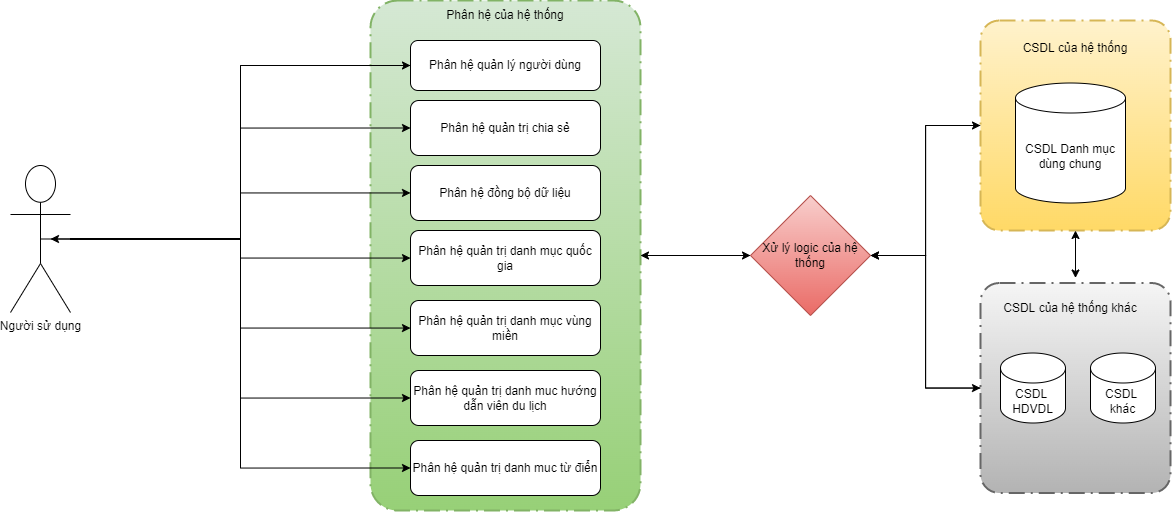
Above: tcdl-Page-6.drawio.png in letheanh12345/Draw-io (draw.io), before the change. Source tidied: cells renumbered, new cells last; positions are measured from the earlier drawing's top-left corner, leaving out a move shared by most shapes.
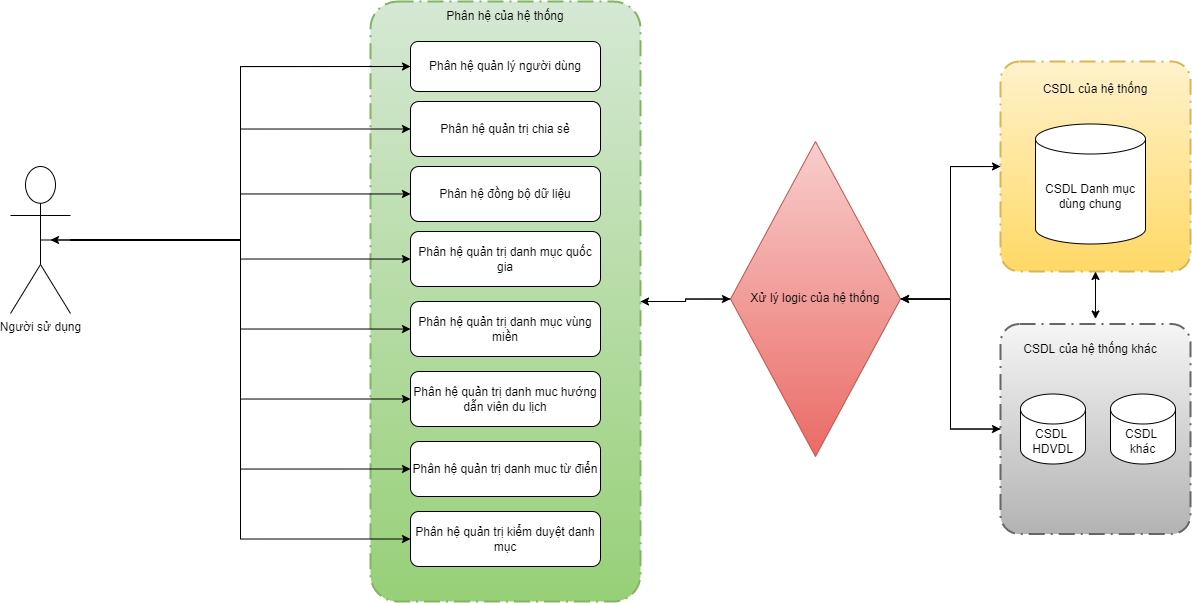
The same diagram one commit later.

The edit, as a diff of the source:
```diff
@@ -6,19 +6,19 @@
       <mxGeometry relative="1" as="geometry" />
     </mxCell>
     <mxCell id="3" style="points=[[0.25,0,0],[0.5,0,0],[0.75,0,0],[1,0.25,0],[1,0.5,0],[1,0.75,0],[0.75,1,0],[0.5,1,0],[0.25,1,0],[0,0.75,0],[0,0.5,0],[0,0.25,0]];rounded=1;arcSize=10;dashed=1;dashPattern=8 3 1 3;strokeWidth=2;fontStyle=1;fontSize=20;fillColor=#fff2cc;gradientColor=#ffd966;strokeColor=#d6b656;" parent="1" vertex="1">
-      <mxGeometry x="970" y="20" width="190" height="210" as="geometry" />
+      <mxGeometry x="990" y="60" width="190" height="210" as="geometry" />
     </mxCell>
     <mxCell id="4" value="CSDL của hệ thống" style="text;html=1;strokeColor=none;fillColor=none;align=center;verticalAlign=middle;whiteSpace=wrap;rounded=0;" parent="1" vertex="1">
-      <mxGeometry x="985" y="32.5" width="160" height="30" as="geometry" />
+      <mxGeometry x="1005" y="72.5" width="160" height="30" as="geometry" />
     </mxCell>
     <mxCell id="5" value="CSDL Danh mục dùng chung" style="shape=cylinder3;whiteSpace=wrap;html=1;boundedLbl=1;backgroundOutline=1;size=15;" parent="1" vertex="1">
-      <mxGeometry x="1005" y="82.5" width="110" height="120" as="geometry" />
+      <mxGeometry x="1025" y="122.5" width="110" height="120" as="geometry" />
     </mxCell>
     <mxCell id="6" style="edgeStyle=orthogonalEdgeStyle;rounded=0;jettySize=auto;html=1;entryX=0;entryY=0.5;entryDx=0;entryDy=0;" parent="1" edge="1" source="7" target="26">
       <mxGeometry relative="1" as="geometry" />
     </mxCell>
     <mxCell id="7" style="points=[[0.25,0,0],[0.5,0,0],[0.75,0,0],[1,0.25,0],[1,0.5,0],[1,0.75,0],[0.75,1,0],[0.5,1,0],[0.25,1,0],[0,0.75,0],[0,0.5,0],[0,0.25,0]];rounded=1;arcSize=10;dashed=1;dashPattern=8 3 1 3;strokeWidth=2;fontStyle=1;fontSize=20;fillColor=#d5e8d4;gradientColor=#97d077;strokeColor=#82b366;" parent="1" vertex="1">
-      <mxGeometry x="360" width="270" height="510" as="geometry" />
+      <mxGeometry x="360" width="270" height="600" as="geometry" />
     </mxCell>
     <mxCell id="8" style="edgeStyle=orthogonalEdgeStyle;rounded=0;orthogonalLoop=1;jettySize=auto;html=1;entryX=0.5;entryY=0.5;entryDx=0;entryDy=0;entryPerimeter=0;" parent="1" edge="1">
       <mxGeometry relative="1" as="geometry">
@@ -58,20 +58,20 @@
       <mxGeometry relative="1" as="geometry" />
     </mxCell>
     <mxCell id="18" style="points=[[0.25,0,0],[0.5,0,0],[0.75,0,0],[1,0.25,0],[1,0.5,0],[1,0.75,0],[0.75,1,0],[0.5,1,0],[0.25,1,0],[0,0.75,0],[0,0.5,0],[0,0.25,0]];rounded=1;arcSize=10;dashed=1;dashPattern=8 3 1 3;strokeWidth=2;fontStyle=1;fontSize=20;fillColor=#f5f5f5;gradientColor=#b3b3b3;strokeColor=#666666;" parent="1" vertex="1">
-      <mxGeometry x="970" y="282.5" width="190" height="210" as="geometry" />
+      <mxGeometry x="990" y="322.5" width="190" height="210" as="geometry" />
     </mxCell>
     <mxCell id="19" value="CSDL của hệ thống khác" style="text;html=1;strokeColor=none;fillColor=none;align=center;verticalAlign=middle;whiteSpace=wrap;rounded=0;" parent="1" vertex="1">
-      <mxGeometry x="980" y="292.5" width="160" height="30" as="geometry" />
+      <mxGeometry x="1000" y="332.5" width="160" height="30" as="geometry" />
     </mxCell>
     <mxCell id="20" value="CSDL&amp;nbsp; HDVDL" style="shape=cylinder3;whiteSpace=wrap;html=1;boundedLbl=1;backgroundOutline=1;size=15;" parent="1" vertex="1">
-      <mxGeometry x="990" y="352.5" width="65" height="70" as="geometry" />
+      <mxGeometry x="1010" y="392.5" width="65" height="70" as="geometry" />
     </mxCell>
     <mxCell id="21" value="CSDL&amp;nbsp; khác" style="shape=cylinder3;whiteSpace=wrap;html=1;boundedLbl=1;backgroundOutline=1;size=15;" parent="1" vertex="1">
-      <mxGeometry x="1080" y="352.5" width="65" height="70" as="geometry" />
+      <mxGeometry x="1100" y="392.5" width="65" height="70" as="geometry" />
     </mxCell>
     <mxCell id="22" style="endArrow=classic;startArrow=classic;html=1;rounded=0;exitX=0.5;exitY=1;exitDx=0;exitDy=0;exitPerimeter=0;" parent="1" edge="1" source="3">
       <mxGeometry relative="1" as="geometry">
-        <mxPoint x="1065" y="277.5" as="targetPoint" />
+        <mxPoint x="1085" y="317.5" as="targetPoint" />
       </mxGeometry>
     </mxCell>
     <mxCell id="23" style="edgeStyle=orthogonalEdgeStyle;rounded=0;jettySize=auto;html=1;entryX=1;entryY=0.5;entryDx=0;entryDy=0;entryPerimeter=0;" parent="1" edge="1" source="26" target="7">
@@ -84,7 +84,7 @@
       <mxGeometry relative="1" as="geometry" />
     </mxCell>
     <mxCell id="26" value="Xử lý logic của hệ thống" style="rhombus;whiteSpace=wrap;html=1;fillColor=#f8cecc;gradientColor=#ea6b66;strokeColor=#b85450;" parent="1" vertex="1">
-      <mxGeometry x="740" y="195" width="120" height="120" as="geometry" />
+      <mxGeometry x="720" y="140" width="170" height="315" as="geometry" />
     </mxCell>
     <mxCell id="27" style="edgeStyle=orthogonalEdgeStyle;rounded=0;jettySize=auto;html=1;exitX=0.5;exitY=0.5;exitDx=0;exitDy=0;exitPerimeter=0;entryX=0;entryY=0.5;entryDx=0;entryDy=0;" parent="1" edge="1" source="34" target="9">
       <mxGeometry relative="1" as="geometry" />
@@ -107,8 +107,14 @@
     <mxCell id="33" style="edgeStyle=orthogonalEdgeStyle;rounded=0;jettySize=auto;html=1;entryX=0;entryY=0.5;entryDx=0;entryDy=0;" parent="1" edge="1" source="34" target="16">
       <mxGeometry relative="1" as="geometry" />
     </mxCell>
+    <mxCell id="35" style="edgeStyle=orthogonalEdgeStyle;rounded=0;jettySize=auto;html=1;entryX=0;entryY=0.5;entryDx=0;entryDy=0;" parent="1" edge="1" source="34" target="36">
+      <mxGeometry relative="1" as="geometry" />
+    </mxCell>
     <mxCell id="34" value="Người sử dụng" style="shape=umlActor;verticalLabelPosition=bottom;verticalAlign=top;html=1;outlineConnect=0;" parent="1" vertex="1">
       <mxGeometry y="165" width="60" height="147" as="geometry" />
     </mxCell>
+    <mxCell id="36" value="Phân hệ quản trị kiểm duyệt danh mục" style="rounded=1;whiteSpace=wrap;html=1;" parent="1" vertex="1">
+      <mxGeometry x="400" y="510" width="190" height="55" as="geometry" />
+    </mxCell>
   </root>
 </mxGraphModel>
```
